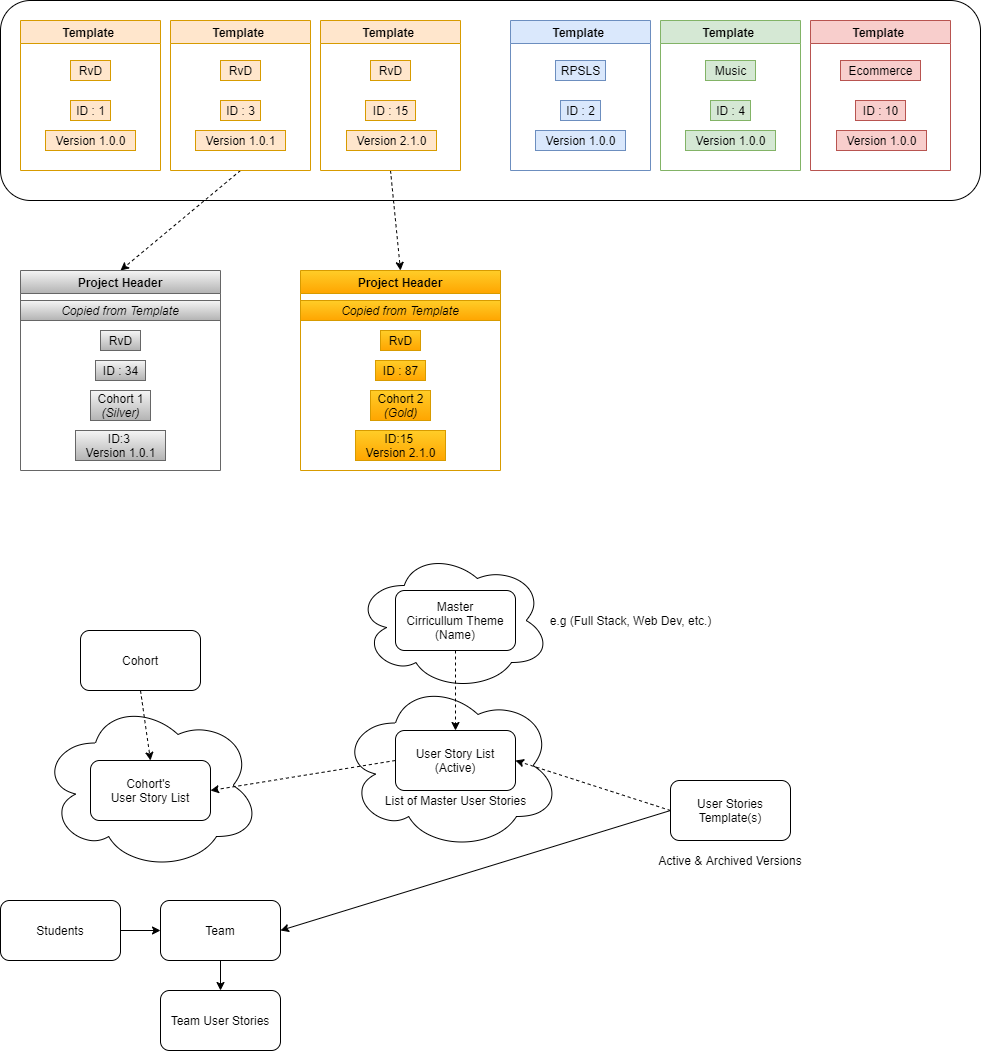
Before: Conceptual Templates.png, a diagram exported from draw.io (cashmy/usaag). Source tidied: cells renumbered, new cells last; positions are measured from the earlier drawing's top-left corner, leaving out a move shared by most shapes.
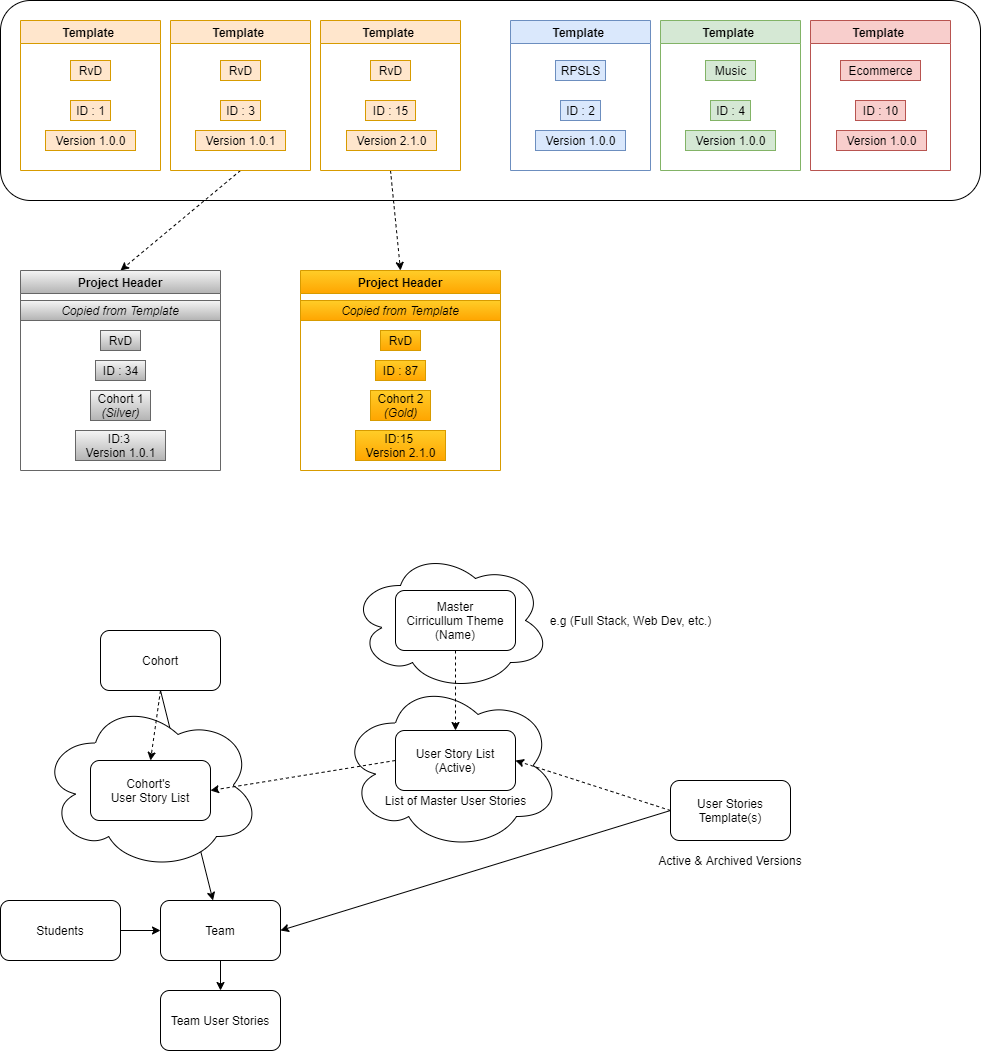
Later version of the same file.

The edit, as a diff of the source:
```diff
@@ -2,8 +2,11 @@
   <root>
     <mxCell id="0" />
     <mxCell id="1" parent="0" />
+    <mxCell id="62" style="edgeStyle=none;rounded=0;jettySize=auto;html=1;exitX=0.5;exitY=1;exitDx=0;exitDy=0;startArrow=none;startFill=0;" parent="1" edge="1" source="52" target="59">
+      <mxGeometry relative="1" as="geometry" />
+    </mxCell>
     <mxCell id="2" style="ellipse;shape=cloud;whiteSpace=wrap;html=1;" parent="1" vertex="1">
-      <mxGeometry x="355" y="550" width="195" height="140" as="geometry" />
+      <mxGeometry x="350" y="550" width="200" height="140" as="geometry" />
     </mxCell>
     <mxCell id="3" style="ellipse;shape=cloud;whiteSpace=wrap;html=1;" parent="1" vertex="1">
       <mxGeometry x="40" y="700" width="220" height="170" as="geometry" />
@@ -153,7 +156,7 @@
       <mxGeometry relative="1" as="geometry" />
     </mxCell>
     <mxCell id="52" value="Cohort" style="rounded=1;whiteSpace=wrap;html=1;" parent="1" vertex="1">
-      <mxGeometry x="80" y="630" width="120" height="60" as="geometry" />
+      <mxGeometry x="100" y="630" width="120" height="60" as="geometry" />
     </mxCell>
     <mxCell id="53" style="edgeStyle=none;rounded=0;jettySize=auto;html=1;exitX=0;exitY=0.5;exitDx=0;exitDy=0;entryX=1;entryY=0.5;entryDx=0;entryDy=0;startArrow=none;startFill=0;" parent="1" edge="1" source="55" target="59">
       <mxGeometry relative="1" as="geometry" />
```
